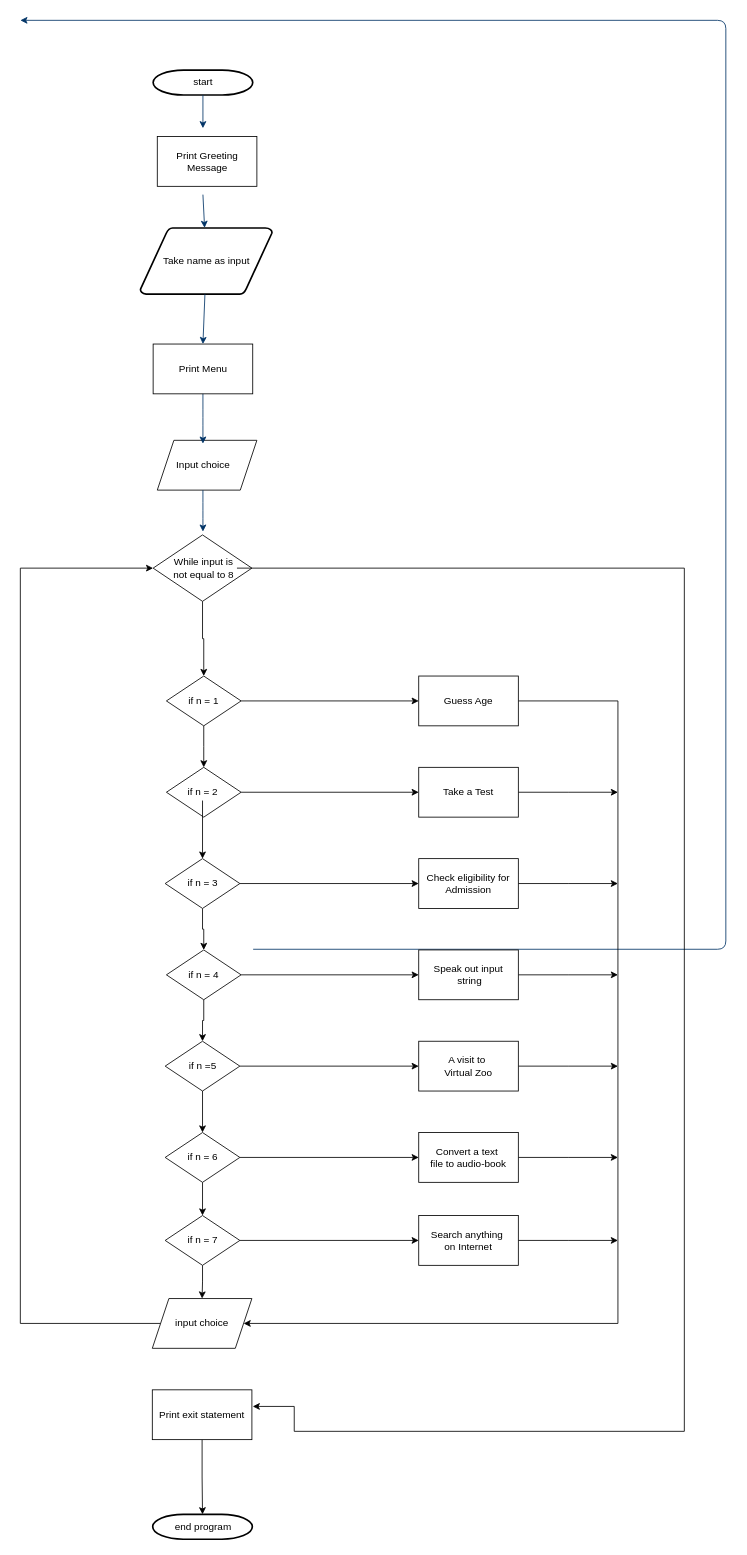
The draw.io diagram Untitled Diagram.drawio in iAshutosh-joshi/chat_bot, before the edit. Source tidied: cells renumbered, new cells numbered last; positions are measured from the earlier drawing's top-left corner, leaving out a move shared by most shapes. Both pictures are drawn from the tidied source at 83%, with x=0, y=0 at pixel (20, 20).
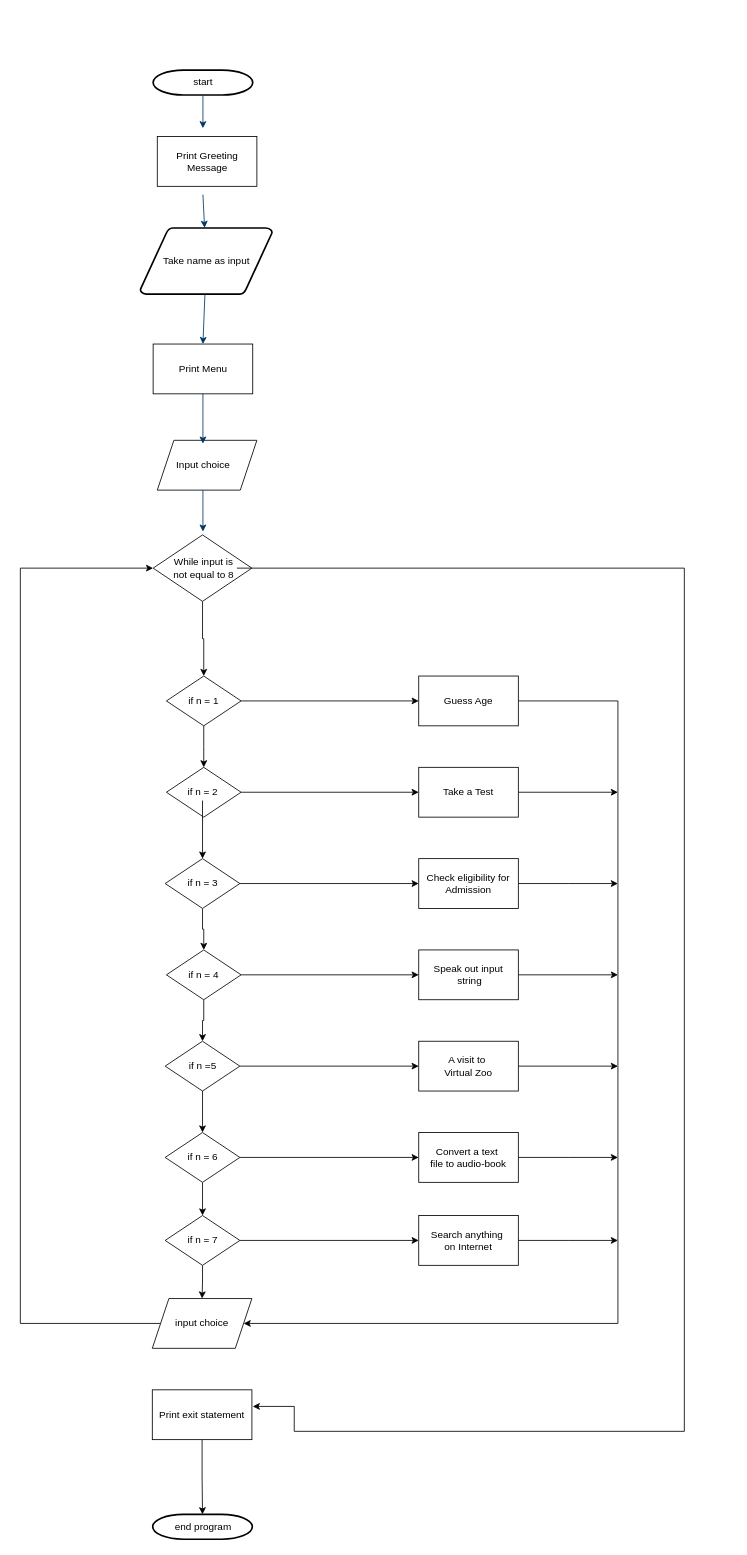
The same page after the edit.

The edit, as a diff of the source:
```diff
@@
-    <mxCell id="10" style="edgeStyle=elbowEdgeStyle;elbow=horizontal;exitX=1;exitY=0.5;exitPerimeter=0;entryX=0.905;entryY=0.5;entryPerimeter=0;fontStyle=1;strokeColor=#003366;strokeWidth=1;html=1;" parent="1" edge="1">
-      <mxGeometry as="geometry">
-        <mxPoint x="280.5" y="1119.2" as="sourcePoint" />
-        <mxPoint as="targetPoint" />
-        <Array as="points">
-          <mxPoint x="850" y="1320" />
-        </Array>
-      </mxGeometry>
-    </mxCell>
```
